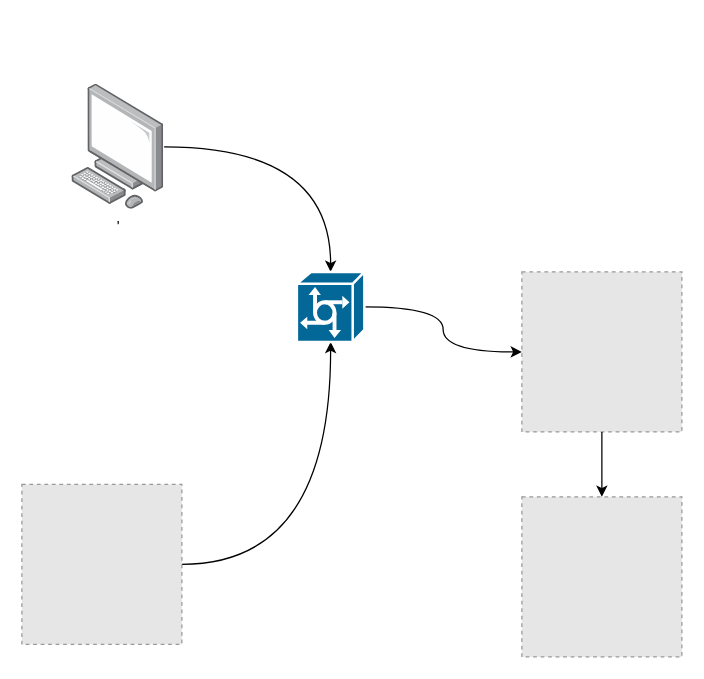
Above: page "Application" (1 of 8) of docs/application.drawio in NakedSolidSnake/rover_system (draw.io), before the change. Source tidied: cells renumbered, new cells numbered last; positions are measured from the earlier drawing's top-left corner, leaving out a move shared by most shapes. Both pictures are drawn from the tidied source at 125%, with x=0, y=0 at pixel (21, 84). Pictures stored in the file or linked from it are replaced by grey dashed boxes.
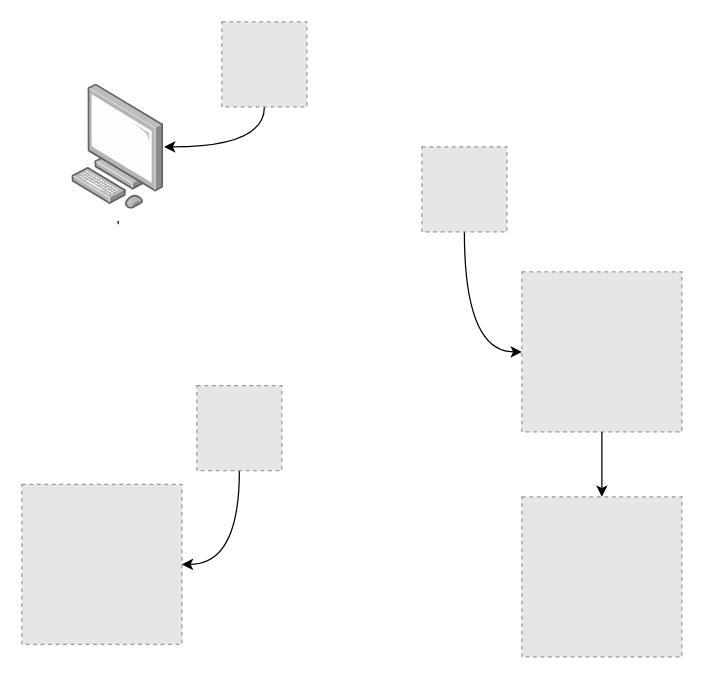
The same page after the edit.

The edit, as a diff of the source:
```diff
@@
 <mxGraphModel>
   <root>
     <mxCell id="0" />
     <mxCell id="1" parent="0" />
     <mxCell id="2" style="fillColor=#E6E6E6;strokeColor=#999999;dashed=1;html=1;verticalAlign=top;verticalLabelPosition=bottom;labelBackgroundColor=#ffffff;" parent="1" vertex="1">
       <mxGeometry x="400" y="330" width="128" height="128" as="geometry" />
     </mxCell>
     <mxCell id="3" style="fillColor=#E6E6E6;strokeColor=#999999;dashed=1;html=1;verticalAlign=top;verticalLabelPosition=bottom;labelBackgroundColor=#ffffff;" parent="1" vertex="1">
       <mxGeometry x="400" y="150" width="128" height="128" as="geometry" />
     </mxCell>
     <mxCell id="4" value="'" style="points=[];html=1;align=center;shadow=0;dashed=0;image;image=img/lib/allied_telesis/computer_and_terminals/Personal_Computer.svg;" parent="1" vertex="1">
       <mxGeometry x="40" width="73.8" height="100" as="geometry" />
     </mxCell>
-    <mxCell id="5" style="edgeStyle=orthogonalEdgeStyle;rounded=0;jettySize=auto;html=1;exitX=1;exitY=0.5;exitDx=0;exitDy=0;entryX=0.5;entryY=1;entryDx=0;entryDy=0;entryPerimeter=0;curved=1;" parent="1" edge="1" source="6" target="10">
-      <mxGeometry relative="1" as="geometry" />
-    </mxCell>
     <mxCell id="6" style="fillColor=#E6E6E6;strokeColor=#999999;dashed=1;html=1;verticalAlign=top;verticalLabelPosition=bottom;labelBackgroundColor=#ffffff;" parent="1" vertex="1">
       <mxGeometry y="320" width="128" height="128" as="geometry" />
     </mxCell>
-    <mxCell id="7" style="edgeStyle=orthogonalEdgeStyle;endArrow=classic;html=1;entryX=0.5;entryY=0;entryDx=0;entryDy=0;curved=1;entryPerimeter=0;" parent="1" edge="1" source="4" target="10">
-      <mxGeometry relative="1" as="geometry" />
-    </mxCell>
     <mxCell id="8" style="endArrow=classic;html=1;exitX=0.5;exitY=1;exitDx=0;exitDy=0;" parent="1" edge="1" source="3" target="2">
       <mxGeometry relative="1" as="geometry" />
     </mxCell>
-    <mxCell id="9" style="edgeStyle=orthogonalEdgeStyle;curved=1;rounded=0;jettySize=auto;html=1;exitX=1;exitY=0.5;exitDx=0;exitDy=0;exitPerimeter=0;entryX=0;entryY=0.5;entryDx=0;entryDy=0;" parent="1" edge="1" source="10" target="3">
-      <mxGeometry relative="1" as="geometry" />
-    </mxCell>
-    <mxCell id="10" style="shape=mxgraph.cisco.servers.communications_server;html=1;dashed=0;fillColor=#036897;strokeColor=#ffffff;strokeWidth=2;verticalLabelPosition=bottom;verticalAlign=top;" parent="1" vertex="1">
-      <mxGeometry x="220" y="150" width="54" height="56" as="geometry" />
-    </mxCell>
+    <mxCell id="11" style="edgeStyle=orthogonalEdgeStyle;rounded=0;jettySize=auto;html=1;exitX=0.5;exitY=1;exitDx=0;exitDy=0;curved=1;" parent="1" edge="1" source="12" target="4">
+      <mxGeometry relative="1" as="geometry" />
+    </mxCell>
+    <mxCell id="12" style="fillColor=#E6E6E6;strokeColor=#999999;dashed=1;html=1;verticalAlign=top;verticalLabelPosition=bottom;labelBackgroundColor=#ffffff;" parent="1" vertex="1">
+      <mxGeometry x="160" y="-50" width="68" height="68" as="geometry" />
+    </mxCell>
+    <mxCell id="13" style="edgeStyle=orthogonalEdgeStyle;rounded=0;jettySize=auto;html=1;exitX=0.5;exitY=1;exitDx=0;exitDy=0;entryX=0;entryY=0.5;entryDx=0;entryDy=0;curved=1;" parent="1" edge="1" source="14" target="3">
+      <mxGeometry relative="1" as="geometry" />
+    </mxCell>
+    <mxCell id="14" style="fillColor=#E6E6E6;strokeColor=#999999;dashed=1;html=1;verticalAlign=top;verticalLabelPosition=bottom;labelBackgroundColor=#ffffff;" parent="1" vertex="1">
+      <mxGeometry x="320" y="50" width="68" height="68" as="geometry" />
+    </mxCell>
+    <mxCell id="15" style="edgeStyle=orthogonalEdgeStyle;rounded=0;jettySize=auto;html=1;exitX=0.5;exitY=1;exitDx=0;exitDy=0;entryX=1;entryY=0.5;entryDx=0;entryDy=0;curved=1;" parent="1" edge="1" source="16" target="6">
+      <mxGeometry relative="1" as="geometry" />
+    </mxCell>
+    <mxCell id="16" style="fillColor=#E6E6E6;strokeColor=#999999;dashed=1;html=1;verticalAlign=top;verticalLabelPosition=bottom;labelBackgroundColor=#ffffff;" parent="1" vertex="1">
+      <mxGeometry x="140" y="241" width="68" height="68" as="geometry" />
+    </mxCell>
   </root>
 </mxGraphModel>
```
